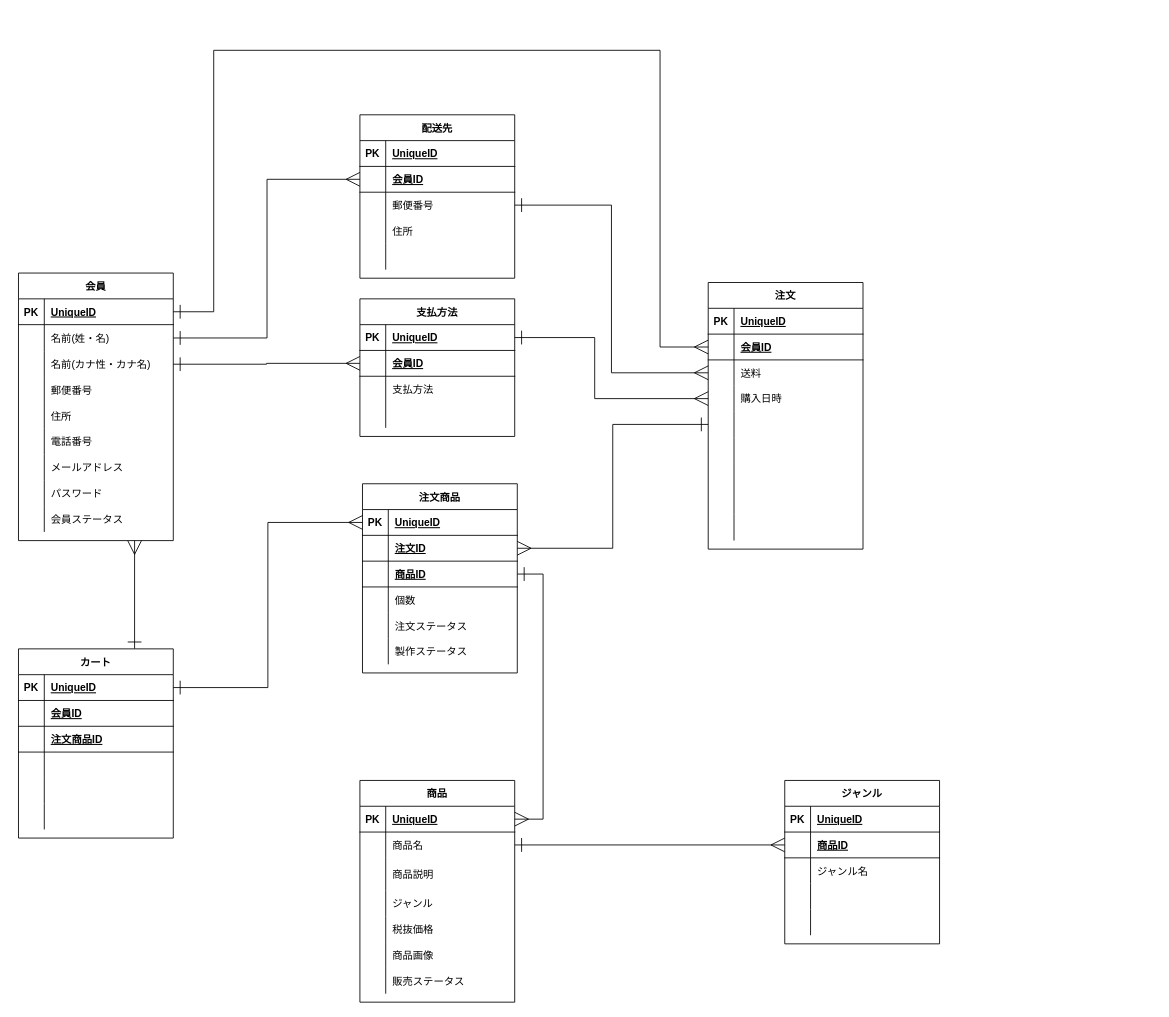
Before: ER_Diagram.drawio in gitusernamesato/Nagano_CAKE, a draw.io diagram. Source tidied: cells renumbered, new cells numbered last; positions are measured from the earlier drawing's top-left corner, leaving out a move shared by most shapes. Both pictures are drawn from the tidied source at 86%, with x=0, y=0 at pixel (18, 50).
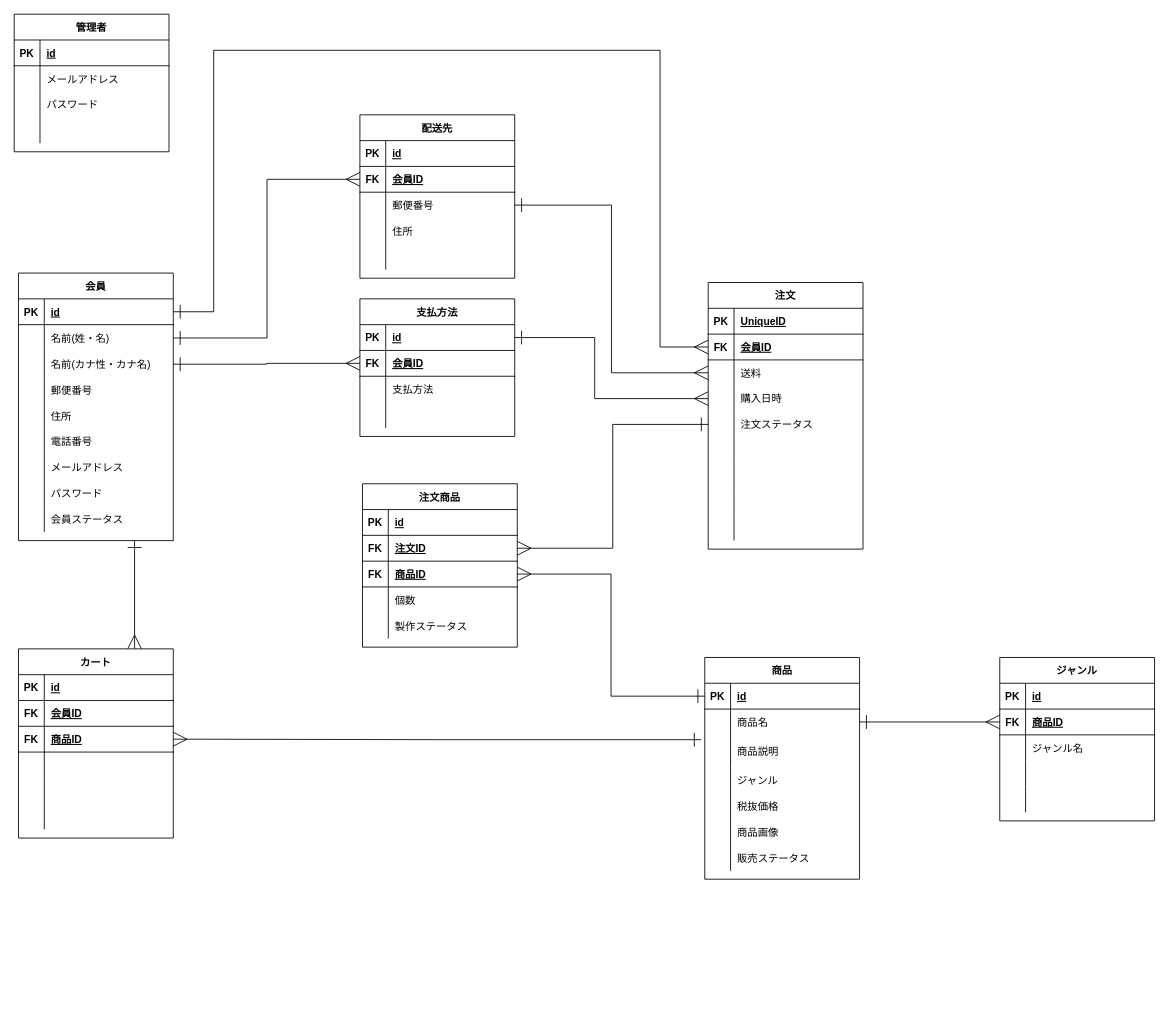
After the change.

The change refers to these unchanged cells:
```xml
<mxCell id="2" value="会員" style="shape=table;startSize=30;childLayout=tableLayout;rowLines=0;fontStyle=1;align=center;hachureGap=4;" parent="1" vertex="1">
  <mxGeometry y="259" width="180" height="311.1" as="geometry" />
</mxCell>
<mxCell id="3" style="shape=tableRow;horizontal=0;startSize=0;swimlaneHead=0;swimlaneBody=0;fillColor=none;points=[[0,0.5],[1,0.5]];portConstraint=eastwest;top=0;left=0;right=0;bottom=1;hachureGap=4;" parent="2" vertex="1">
  <mxGeometry y="30" width="180" height="30" as="geometry" />
</mxCell>
<mxCell id="31" style="shape=tableRow;horizontal=0;startSize=0;swimlaneHead=0;swimlaneBody=0;fillColor=none;points=[[0,0.5],[1,0.5]];portConstraint=eastwest;top=0;left=0;right=0;bottom=1;hachureGap=4;" parent="30" vertex="1">
  <mxGeometry y="30" width="180" height="30" as="geometry" />
</mxCell>
<mxCell id="34" style="shape=tableRow;horizontal=0;startSize=0;swimlaneHead=0;swimlaneBody=0;fillColor=none;points=[[0,0.5],[1,0.5]];portConstraint=eastwest;top=0;left=0;right=0;bottom=0;hachureGap=4;" parent="30" vertex="1">
  <mxGeometry y="60" width="180" height="30" as="geometry" />
</mxCell>
<mxCell id="37" style="shape=tableRow;horizontal=0;startSize=0;swimlaneHead=0;swimlaneBody=0;fillColor=none;points=[[0,0.5],[1,0.5]];portConstraint=eastwest;top=0;left=0;right=0;bottom=0;hachureGap=4;" parent="30" vertex="1">
  <mxGeometry y="90" width="180" height="38" as="geometry" />
</mxCell>
<mxCell id="56" style="shape=tableRow;horizontal=0;startSize=0;swimlaneHead=0;swimlaneBody=0;fillColor=none;points=[[0,0.5],[1,0.5]];portConstraint=eastwest;top=0;left=0;right=0;bottom=1;hachureGap=4;" parent="52" vertex="1">
  <mxGeometry y="60" width="180" height="30" as="geometry" />
</mxCell>
<mxCell id="65" style="shape=tableRow;horizontal=0;startSize=0;swimlaneHead=0;swimlaneBody=0;fillColor=none;points=[[0,0.5],[1,0.5]];portConstraint=eastwest;top=0;left=0;right=0;bottom=0;hachureGap=4;" parent="52" vertex="1">
  <mxGeometry y="150" width="180" height="30" as="geometry" />
</mxCell>
<mxCell id="81" value="カート" style="shape=table;startSize=30;childLayout=tableLayout;rowLines=0;fontStyle=1;align=center;hachureGap=4;" parent="1" vertex="1">
  <mxGeometry y="696" width="180" height="220" as="geometry" />
</mxCell>
<mxCell id="82" style="shape=tableRow;horizontal=0;startSize=0;swimlaneHead=0;swimlaneBody=0;fillColor=none;points=[[0,0.5],[1,0.5]];portConstraint=eastwest;top=0;left=0;right=0;bottom=1;hachureGap=4;" parent="81" vertex="1">
  <mxGeometry y="30" width="180" height="30" as="geometry" />
</mxCell>
<mxCell id="85" style="shape=tableRow;horizontal=0;startSize=0;swimlaneHead=0;swimlaneBody=0;fillColor=none;top=0;left=0;right=0;bottom=1;hachureGap=4;" parent="81" vertex="1">
  <mxGeometry y="60" width="180" height="30" as="geometry" />
</mxCell>
<mxCell id="88" style="shape=tableRow;horizontal=0;startSize=0;swimlaneHead=0;swimlaneBody=0;fillColor=none;points=[[0,0.5],[1,0.5]];portConstraint=eastwest;top=0;left=0;right=0;bottom=1;hachureGap=4;" parent="81" vertex="1">
  <mxGeometry y="90" width="180" height="30" as="geometry" />
</mxCell>
<mxCell id="101" style="shape=tableRow;horizontal=0;startSize=0;swimlaneHead=0;swimlaneBody=0;fillColor=none;points=[[0,0.5],[1,0.5]];portConstraint=eastwest;top=0;left=0;right=0;bottom=1;hachureGap=4;" parent="100" vertex="1">
  <mxGeometry y="30" width="180" height="30" as="geometry" />
</mxCell>
<mxCell id="104" style="shape=tableRow;horizontal=0;startSize=0;swimlaneHead=0;swimlaneBody=0;fillColor=none;points=[[0,0.5],[1,0.5]];portConstraint=eastwest;top=0;left=0;right=0;bottom=1;hachureGap=4;" parent="100" vertex="1">
  <mxGeometry y="60" width="180" height="30" as="geometry" />
</mxCell>
<mxCell id="107" style="shape=tableRow;horizontal=0;startSize=0;swimlaneHead=0;swimlaneBody=0;fillColor=none;points=[[0,0.5],[1,0.5]];portConstraint=eastwest;top=0;left=0;right=0;bottom=1;hachureGap=4;" parent="100" vertex="1">
  <mxGeometry y="90" width="180" height="30" as="geometry" />
</mxCell>
<mxCell id="113" style="shape=tableRow;horizontal=0;startSize=0;swimlaneHead=0;swimlaneBody=0;fillColor=none;top=0;left=0;right=0;bottom=0;hachureGap=4;" parent="100" vertex="1">
  <mxGeometry y="150" width="180" height="30" as="geometry" />
</mxCell>
<mxCell id="120" style="shape=tableRow;horizontal=0;startSize=0;swimlaneHead=0;swimlaneBody=0;fillColor=none;top=0;left=0;right=0;bottom=1;hachureGap=4;" parent="119" vertex="1">
  <mxGeometry y="30" width="180" height="30" as="geometry" />
</mxCell>
<mxCell id="123" style="shape=tableRow;horizontal=0;startSize=0;swimlaneHead=0;swimlaneBody=0;fillColor=none;points=[[0,0.5],[1,0.5]];portConstraint=eastwest;top=0;left=0;right=0;bottom=1;hachureGap=4;" parent="119" vertex="1">
  <mxGeometry y="60" width="180" height="30" as="geometry" />
</mxCell>
<mxCell id="136" style="shape=tableRow;horizontal=0;startSize=0;swimlaneHead=0;swimlaneBody=0;fillColor=none;top=0;left=0;right=0;bottom=1;hachureGap=4;" parent="135" vertex="1">
  <mxGeometry y="30" width="180" height="30" as="geometry" />
</mxCell>
<mxCell id="139" style="shape=tableRow;horizontal=0;startSize=0;swimlaneHead=0;swimlaneBody=0;fillColor=none;points=[[0,0.5],[1,0.5]];portConstraint=eastwest;top=0;left=0;right=0;bottom=1;hachureGap=4;" parent="135" vertex="1">
  <mxGeometry y="60" width="180" height="30" as="geometry" />
</mxCell>
<mxCell id="152" style="shape=tableRow;horizontal=0;startSize=0;swimlaneHead=0;swimlaneBody=0;fillColor=none;points=[[0,0.5],[1,0.5]];portConstraint=eastwest;top=0;left=0;right=0;bottom=1;hachureGap=4;" parent="151" vertex="1">
  <mxGeometry y="30" width="180" height="30" as="geometry" />
</mxCell>
<mxCell id="155" style="shape=tableRow;horizontal=0;startSize=0;swimlaneHead=0;swimlaneBody=0;fillColor=none;points=[[0,0.5],[1,0.5]];portConstraint=eastwest;top=0;left=0;right=0;bottom=1;hachureGap=4;" parent="151" vertex="1">
  <mxGeometry y="60" width="180" height="30" as="geometry" />
</mxCell>
```

Diff of the diagram source:
```diff
@@
-    <mxCell id="5" value="UniqueID" style="shape=partialRectangle;fillColor=none;top=0;left=0;bottom=0;right=0;align=left;spacingLeft=6;fontStyle=5;overflow=hidden;hachureGap=4;" parent="3" vertex="1">
+    <mxCell id="5" value="id" style="shape=partialRectangle;fillColor=none;top=0;left=0;bottom=0;right=0;align=left;spacingLeft=6;fontStyle=5;overflow=hidden;hachureGap=4;" parent="3" vertex="1">
       <mxGeometry x="30" width="150" height="30" as="geometry" />
     </mxCell>
@@
     <mxCell id="30" value="商品" style="shape=table;startSize=30;childLayout=tableLayout;rowLines=0;fontStyle=1;align=center;hachureGap=4;" parent="1" vertex="1">
-      <mxGeometry x="397" y="849" width="180" height="257.8" as="geometry" />
+      <mxGeometry x="798" y="706" width="180" height="257.8" as="geometry" />
     </mxCell>
@@
-    <mxCell id="33" value="UniqueID" style="shape=partialRectangle;fillColor=none;top=0;left=0;bottom=0;right=0;align=left;spacingLeft=6;fontStyle=5;overflow=hidden;hachureGap=4;" parent="31" vertex="1">
+    <mxCell id="33" value="id" style="shape=partialRectangle;fillColor=none;top=0;left=0;bottom=0;right=0;align=left;spacingLeft=6;fontStyle=5;overflow=hidden;hachureGap=4;" parent="31" vertex="1">
       <mxGeometry x="30" width="150" height="30" as="geometry" />
     </mxCell>
@@
-    <mxCell id="57" style="shape=partialRectangle;fillColor=none;top=0;left=0;bottom=0;right=0;fontStyle=1;overflow=hidden;hachureGap=4;" parent="56" vertex="1">
+    <mxCell id="57" value="FK" style="shape=partialRectangle;fillColor=none;top=0;left=0;bottom=0;right=0;fontStyle=1;overflow=hidden;hachureGap=4;" parent="56" vertex="1">
       <mxGeometry width="30" height="30" as="geometry" />
     </mxCell>
@@
-    <mxCell id="67" style="shape=partialRectangle;fillColor=none;top=0;left=0;bottom=0;right=0;align=left;spacingLeft=6;overflow=hidden;hachureGap=4;" parent="65" vertex="1">
+    <mxCell id="67" value="注文ステータス" style="shape=partialRectangle;fillColor=none;top=0;left=0;bottom=0;right=0;align=left;spacingLeft=6;overflow=hidden;hachureGap=4;" parent="65" vertex="1">
       <mxGeometry x="30" width="150" height="30" as="geometry" />
     </mxCell>
@@
-    <mxCell id="80" style="edgeStyle=orthogonalEdgeStyle;rounded=0;jettySize=auto;html=1;exitX=0.75;exitY=0;exitDx=0;exitDy=0;entryX=0.75;entryY=1;entryDx=0;entryDy=0;startArrow=ERone;startFill=0;endArrow=ERmany;endFill=0;startSize=14;endSize=14;sourcePerimeterSpacing=8;targetPerimeterSpacing=8;" parent="1" edge="1" source="81" target="2">
+    <mxCell id="80" style="edgeStyle=orthogonalEdgeStyle;rounded=0;jettySize=auto;html=1;exitX=0.75;exitY=1;exitDx=0;exitDy=0;startArrow=ERone;startFill=0;endArrow=ERmany;endFill=0;startSize=14;endSize=14;sourcePerimeterSpacing=8;targetPerimeterSpacing=8;entryX=0.75;entryY=0;entryDx=0;entryDy=0;" parent="1" edge="1" source="2" target="81">
       <mxGeometry relative="1" as="geometry" />
     </mxCell>
@@
-    <mxCell id="84" value="UniqueID" style="shape=partialRectangle;fillColor=none;top=0;left=0;bottom=0;right=0;align=left;spacingLeft=6;fontStyle=5;overflow=hidden;hachureGap=4;" parent="82" vertex="1">
+    <mxCell id="84" value="id" style="shape=partialRectangle;fillColor=none;top=0;left=0;bottom=0;right=0;align=left;spacingLeft=6;fontStyle=5;overflow=hidden;hachureGap=4;" parent="82" vertex="1">
       <mxGeometry x="30" width="150" height="30" as="geometry" />
     </mxCell>
@@
-    <mxCell id="86" style="shape=partialRectangle;fillColor=none;top=0;left=0;bottom=0;right=0;fontStyle=1;overflow=hidden;hachureGap=4;" parent="85" vertex="1">
+    <mxCell id="86" value="FK" style="shape=partialRectangle;fillColor=none;top=0;left=0;bottom=0;right=0;fontStyle=1;overflow=hidden;hachureGap=4;" parent="85" vertex="1">
       <mxGeometry width="30" height="30" as="geometry" />
     </mxCell>
@@
-    <mxCell id="89" style="shape=partialRectangle;fillColor=none;top=0;left=0;bottom=0;right=0;fontStyle=1;overflow=hidden;hachureGap=4;" parent="88" vertex="1">
+    <mxCell id="89" value="FK" style="shape=partialRectangle;fillColor=none;top=0;left=0;bottom=0;right=0;fontStyle=1;overflow=hidden;hachureGap=4;" parent="88" vertex="1">
       <mxGeometry width="30" height="30" as="geometry" />
     </mxCell>
-    <mxCell id="90" value="注文商品ID" style="shape=partialRectangle;fillColor=none;top=0;left=0;bottom=0;right=0;align=left;spacingLeft=6;fontStyle=5;overflow=hidden;hachureGap=4;" parent="88" vertex="1">
+    <mxCell id="90" value="商品ID" style="shape=partialRectangle;fillColor=none;top=0;left=0;bottom=0;right=0;align=left;spacingLeft=6;fontStyle=5;overflow=hidden;hachureGap=4;" parent="88" vertex="1">
       <mxGeometry x="30" width="150" height="30" as="geometry" />
     </mxCell>
@@
     <mxCell id="100" value="注文商品" style="shape=table;startSize=30;childLayout=tableLayout;rowLines=0;fontStyle=1;align=center;hachureGap=4;" parent="1" vertex="1">
-      <mxGeometry x="400" y="504" width="180" height="220" as="geometry" />
+      <mxGeometry x="400" y="504" width="180" height="190" as="geometry" />
     </mxCell>
@@
-    <mxCell id="103" value="UniqueID" style="shape=partialRectangle;fillColor=none;top=0;left=0;bottom=0;right=0;align=left;spacingLeft=6;fontStyle=5;overflow=hidden;hachureGap=4;" parent="101" vertex="1">
+    <mxCell id="103" value="id" style="shape=partialRectangle;fillColor=none;top=0;left=0;bottom=0;right=0;align=left;spacingLeft=6;fontStyle=5;overflow=hidden;hachureGap=4;" parent="101" vertex="1">
       <mxGeometry x="30" width="150" height="30" as="geometry" />
     </mxCell>
@@
-    <mxCell id="105" style="shape=partialRectangle;fillColor=none;top=0;left=0;bottom=0;right=0;fontStyle=1;overflow=hidden;hachureGap=4;" parent="104" vertex="1">
+    <mxCell id="105" value="FK" style="shape=partialRectangle;fillColor=none;top=0;left=0;bottom=0;right=0;fontStyle=1;overflow=hidden;hachureGap=4;" parent="104" vertex="1">
       <mxGeometry width="30" height="30" as="geometry" />
     </mxCell>
@@
-    <mxCell id="108" style="shape=partialRectangle;fillColor=none;top=0;left=0;bottom=0;right=0;fontStyle=1;overflow=hidden;hachureGap=4;" parent="107" vertex="1">
+    <mxCell id="108" value="FK" style="shape=partialRectangle;fillColor=none;top=0;left=0;bottom=0;right=0;fontStyle=1;overflow=hidden;hachureGap=4;" parent="107" vertex="1">
       <mxGeometry width="30" height="30" as="geometry" />
     </mxCell>
@@
-    <mxCell id="115" value="注文ステータス" style="shape=partialRectangle;fillColor=none;top=0;left=0;bottom=0;right=0;align=left;spacingLeft=6;overflow=hidden;hachureGap=4;" parent="113" vertex="1">
+    <mxCell id="115" value="製作ステータス" style="shape=partialRectangle;fillColor=none;top=0;left=0;bottom=0;right=0;align=left;spacingLeft=6;overflow=hidden;hachureGap=4;" parent="113" vertex="1">
       <mxGeometry x="30" width="150" height="30" as="geometry" />
     </mxCell>
-    <mxCell id="116" style="shape=tableRow;horizontal=0;startSize=0;swimlaneHead=0;swimlaneBody=0;fillColor=none;top=0;left=0;right=0;bottom=0;hachureGap=4;" parent="100" vertex="1">
-      <mxGeometry y="180" width="180" height="30" as="geometry" />
-    </mxCell>
-    <mxCell id="117" style="shape=partialRectangle;fillColor=none;top=0;left=0;bottom=0;right=0;overflow=hidden;hachureGap=4;" parent="116" vertex="1">
-      <mxGeometry width="30" height="30" as="geometry" />
-    </mxCell>
-    <mxCell id="118" value="製作ステータス" style="shape=partialRectangle;fillColor=none;top=0;left=0;bottom=0;right=0;align=left;spacingLeft=6;overflow=hidden;hachureGap=4;" parent="116" vertex="1">
-      <mxGeometry x="30" width="150" height="30" as="geometry" />
-    </mxCell>
     <mxCell id="119" value="ジャンル" style="shape=table;startSize=30;childLayout=tableLayout;rowLines=0;fontStyle=1;align=center;hachureGap=4;" parent="1" vertex="1">
-      <mxGeometry x="891" y="849" width="180" height="190" as="geometry" />
+      <mxGeometry x="1141" y="706" width="180" height="190" as="geometry" />
     </mxCell>
@@
-    <mxCell id="122" value="UniqueID" style="shape=partialRectangle;fillColor=none;top=0;left=0;bottom=0;right=0;align=left;spacingLeft=6;fontStyle=5;overflow=hidden;hachureGap=4;" parent="120" vertex="1">
+    <mxCell id="122" value="id" style="shape=partialRectangle;fillColor=none;top=0;left=0;bottom=0;right=0;align=left;spacingLeft=6;fontStyle=5;overflow=hidden;hachureGap=4;" parent="120" vertex="1">
       <mxGeometry x="30" width="150" height="30" as="geometry" />
     </mxCell>
@@
-    <mxCell id="124" style="shape=partialRectangle;fillColor=none;top=0;left=0;bottom=0;right=0;fontStyle=1;overflow=hidden;hachureGap=4;" parent="123" vertex="1">
+    <mxCell id="124" value="FK" style="shape=partialRectangle;fillColor=none;top=0;left=0;bottom=0;right=0;fontStyle=1;overflow=hidden;hachureGap=4;" parent="123" vertex="1">
       <mxGeometry width="30" height="30" as="geometry" />
     </mxCell>
@@
-    <mxCell id="138" value="UniqueID" style="shape=partialRectangle;fillColor=none;top=0;left=0;bottom=0;right=0;align=left;spacingLeft=6;fontStyle=5;overflow=hidden;hachureGap=4;" parent="136" vertex="1">
+    <mxCell id="138" value="id" style="shape=partialRectangle;fillColor=none;top=0;left=0;bottom=0;right=0;align=left;spacingLeft=6;fontStyle=5;overflow=hidden;hachureGap=4;" parent="136" vertex="1">
       <mxGeometry x="30" width="150" height="30" as="geometry" />
     </mxCell>
@@
-    <mxCell id="140" style="shape=partialRectangle;fillColor=none;top=0;left=0;bottom=0;right=0;fontStyle=1;overflow=hidden;hachureGap=4;" parent="139" vertex="1">
+    <mxCell id="140" value="FK" style="shape=partialRectangle;fillColor=none;top=0;left=0;bottom=0;right=0;fontStyle=1;overflow=hidden;hachureGap=4;" parent="139" vertex="1">
       <mxGeometry width="30" height="30" as="geometry" />
     </mxCell>
@@
-    <mxCell id="154" value="UniqueID" style="shape=partialRectangle;fillColor=none;top=0;left=0;bottom=0;right=0;align=left;spacingLeft=6;fontStyle=5;overflow=hidden;hachureGap=4;" parent="152" vertex="1">
+    <mxCell id="154" value="id" style="shape=partialRectangle;fillColor=none;top=0;left=0;bottom=0;right=0;align=left;spacingLeft=6;fontStyle=5;overflow=hidden;hachureGap=4;" parent="152" vertex="1">
       <mxGeometry x="30" width="150" height="30" as="geometry" />
     </mxCell>
@@
-    <mxCell id="156" style="shape=partialRectangle;fillColor=none;top=0;left=0;bottom=0;right=0;fontStyle=1;overflow=hidden;hachureGap=4;" parent="155" vertex="1">
+    <mxCell id="156" value="FK" style="shape=partialRectangle;fillColor=none;top=0;left=0;bottom=0;right=0;fontStyle=1;overflow=hidden;hachureGap=4;" parent="155" vertex="1">
       <mxGeometry width="30" height="30" as="geometry" />
     </mxCell>
@@
-    <mxCell id="169" style="edgeStyle=orthogonalEdgeStyle;rounded=0;jettySize=auto;html=1;exitX=1;exitY=0.5;exitDx=0;exitDy=0;entryX=0;entryY=0.5;entryDx=0;entryDy=0;startArrow=ERone;startFill=0;endArrow=ERmany;endFill=0;startSize=14;endSize=14;sourcePerimeterSpacing=8;targetPerimeterSpacing=8;" parent="1" edge="1" source="82" target="101">
+    <mxCell id="169" style="edgeStyle=orthogonalEdgeStyle;rounded=0;jettySize=auto;html=1;exitX=-0.023;exitY=0.147;exitDx=0;exitDy=0;startArrow=ERone;startFill=0;endArrow=ERmany;endFill=0;startSize=14;endSize=14;sourcePerimeterSpacing=8;targetPerimeterSpacing=8;entryX=1;entryY=0.5;entryDx=0;entryDy=0;exitPerimeter=0;" parent="1" edge="1" source="37" target="88">
       <mxGeometry relative="1" as="geometry" />
     </mxCell>
@@
+    <mxCell id="172" style="edgeStyle=orthogonalEdgeStyle;rounded=0;jettySize=auto;html=1;exitX=1;exitY=0.5;exitDx=0;exitDy=0;entryX=0;entryY=0.5;entryDx=0;entryDy=0;startArrow=ERone;startFill=0;endArrow=ERmany;endFill=0;startSize=14;endSize=14;sourcePerimeterSpacing=8;targetPerimeterSpacing=8;" parent="1" edge="1" source="34" target="123">
+      <mxGeometry relative="1" as="geometry" />
+    </mxCell>
-    <mxCell id="171" style="edgeStyle=orthogonalEdgeStyle;rounded=0;jettySize=auto;html=1;exitX=1;exitY=0.5;exitDx=0;exitDy=0;entryX=1;entryY=0.5;entryDx=0;entryDy=0;startArrow=ERone;startFill=0;endArrow=ERmany;endFill=0;startSize=14;endSize=14;sourcePerimeterSpacing=8;targetPerimeterSpacing=8;" parent="1" edge="1" source="107" target="31">
+    <mxCell id="171" style="edgeStyle=orthogonalEdgeStyle;rounded=0;jettySize=auto;html=1;exitX=0;exitY=0.5;exitDx=0;exitDy=0;entryX=1;entryY=0.5;entryDx=0;entryDy=0;startArrow=ERone;startFill=0;endArrow=ERmany;endFill=0;startSize=14;endSize=14;sourcePerimeterSpacing=8;targetPerimeterSpacing=8;" parent="1" edge="1" source="31" target="107">
       <mxGeometry relative="1" as="geometry" />
     </mxCell>
-    <mxCell id="172" style="edgeStyle=orthogonalEdgeStyle;rounded=0;jettySize=auto;html=1;exitX=1;exitY=0.5;exitDx=0;exitDy=0;entryX=0;entryY=0.5;entryDx=0;entryDy=0;startArrow=ERone;startFill=0;endArrow=ERmany;endFill=0;startSize=14;endSize=14;sourcePerimeterSpacing=8;targetPerimeterSpacing=8;" parent="1" edge="1" source="34" target="123">
-      <mxGeometry relative="1" as="geometry" />
-    </mxCell>
+    <mxCell id="173" value="管理者" style="shape=table;startSize=30;childLayout=tableLayout;rowLines=0;fontStyle=1;align=center;hachureGap=4;" parent="1" vertex="1">
+      <mxGeometry x="-5" y="-42" width="180" height="160" as="geometry" />
+    </mxCell>
+    <mxCell id="174" style="shape=tableRow;horizontal=0;startSize=0;swimlaneHead=0;swimlaneBody=0;fillColor=none;top=0;left=0;right=0;bottom=1;hachureGap=4;" parent="173" vertex="1">
+      <mxGeometry y="30" width="180" height="30" as="geometry" />
+    </mxCell>
+    <mxCell id="175" value="PK" style="shape=partialRectangle;fillColor=none;top=0;left=0;bottom=0;right=0;fontStyle=1;overflow=hidden;hachureGap=4;" parent="174" vertex="1">
+      <mxGeometry width="30" height="30" as="geometry" />
+    </mxCell>
+    <mxCell id="176" value="id" style="shape=partialRectangle;fillColor=none;top=0;left=0;bottom=0;right=0;align=left;spacingLeft=6;fontStyle=5;overflow=hidden;hachureGap=4;" parent="174" vertex="1">
+      <mxGeometry x="30" width="150" height="30" as="geometry" />
+    </mxCell>
+    <mxCell id="177" style="shape=tableRow;horizontal=0;startSize=0;swimlaneHead=0;swimlaneBody=0;fillColor=none;top=0;left=0;right=0;bottom=0;hachureGap=4;" parent="173" vertex="1">
+      <mxGeometry y="60" width="180" height="30" as="geometry" />
+    </mxCell>
+    <mxCell id="178" style="shape=partialRectangle;fillColor=none;top=0;left=0;bottom=0;right=0;overflow=hidden;hachureGap=4;" parent="177" vertex="1">
+      <mxGeometry width="30" height="30" as="geometry" />
+    </mxCell>
+    <mxCell id="179" value="メールアドレス" style="shape=partialRectangle;fillColor=none;top=0;left=0;bottom=0;right=0;align=left;spacingLeft=6;overflow=hidden;hachureGap=4;" parent="177" vertex="1">
+      <mxGeometry x="30" width="150" height="30" as="geometry" />
+    </mxCell>
+    <mxCell id="180" style="shape=tableRow;horizontal=0;startSize=0;swimlaneHead=0;swimlaneBody=0;fillColor=none;top=0;left=0;right=0;bottom=0;hachureGap=4;" parent="173" vertex="1">
+      <mxGeometry y="90" width="180" height="30" as="geometry" />
+    </mxCell>
+    <mxCell id="181" style="shape=partialRectangle;fillColor=none;top=0;left=0;bottom=0;right=0;overflow=hidden;hachureGap=4;" parent="180" vertex="1">
+      <mxGeometry width="30" height="30" as="geometry" />
+    </mxCell>
+    <mxCell id="182" value="パスワード" style="shape=partialRectangle;fillColor=none;top=0;left=0;bottom=0;right=0;align=left;spacingLeft=6;overflow=hidden;hachureGap=4;" parent="180" vertex="1">
+      <mxGeometry x="30" width="150" height="30" as="geometry" />
+    </mxCell>
+    <mxCell id="183" style="shape=tableRow;horizontal=0;startSize=0;swimlaneHead=0;swimlaneBody=0;fillColor=none;top=0;left=0;right=0;bottom=0;hachureGap=4;" parent="173" vertex="1">
+      <mxGeometry y="120" width="180" height="30" as="geometry" />
+    </mxCell>
+    <mxCell id="184" style="shape=partialRectangle;fillColor=none;top=0;left=0;bottom=0;right=0;overflow=hidden;hachureGap=4;" parent="183" vertex="1">
+      <mxGeometry width="30" height="30" as="geometry" />
+    </mxCell>
+    <mxCell id="185" style="shape=partialRectangle;fillColor=none;top=0;left=0;bottom=0;right=0;align=left;spacingLeft=6;overflow=hidden;hachureGap=4;" parent="183" vertex="1">
+      <mxGeometry x="30" width="150" height="30" as="geometry" />
+    </mxCell>
```
